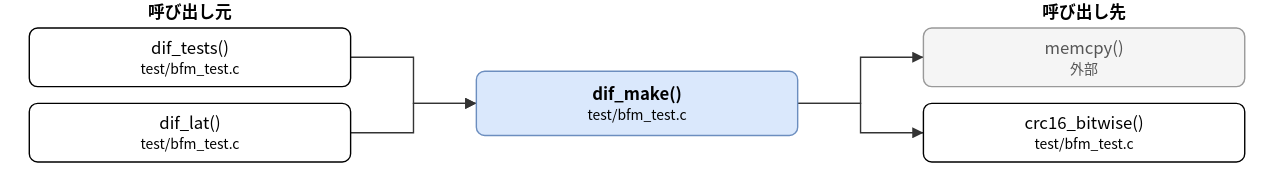
Earlier version of the draw.io export doc/spec/images/call_test_bfm_test-dif_make.drawio.svg (hf355051012-ai/bfmem). Source tidied: cells renumbered, new cells last; positions are measured from the earlier drawing's top-left corner, leaving out a move shared by most shapes.
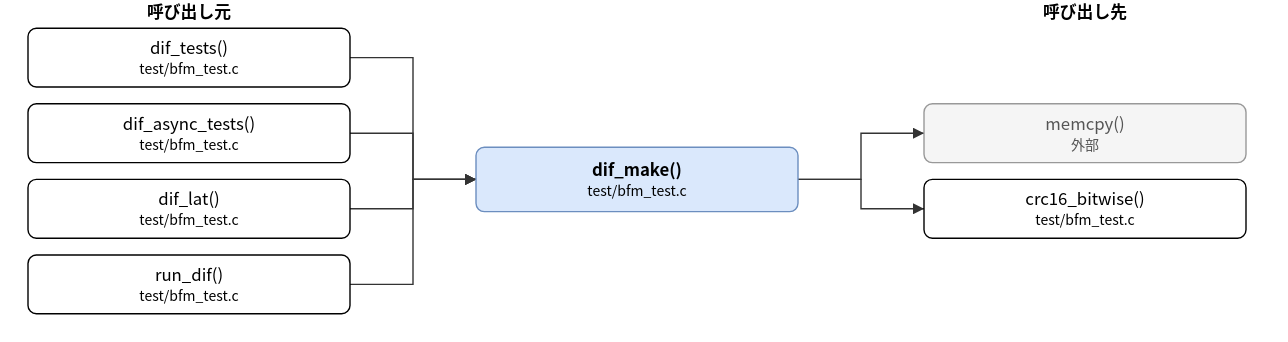
The same diagram one commit later.

The edit, as a diff of the source:
```diff
@@ -3,25 +3,31 @@
     <mxCell id="0" />
     <mxCell id="1" parent="0" />
     <mxCell id="2" value="dif_make()&lt;br&gt;&lt;font style=&quot;font-size:10px&quot;&gt;test/bfm_test.c&lt;/font&gt;" style="rounded=1;whiteSpace=wrap;html=1;fillColor=#dae8fc;strokeColor=#6c8ebf;fontStyle=1;" parent="1" vertex="1">
-      <mxGeometry x="320" y="51" width="230" height="46" as="geometry" />
+      <mxGeometry x="320" y="105" width="230" height="46" as="geometry" />
     </mxCell>
     <mxCell id="3" value="dif_tests()&lt;br&gt;&lt;font style=&quot;font-size:10px&quot;&gt;test/bfm_test.c&lt;/font&gt;" style="rounded=1;whiteSpace=wrap;html=1;" parent="1" vertex="1">
       <mxGeometry y="20" width="230" height="42" as="geometry" />
     </mxCell>
-    <mxCell id="4" value="dif_lat()&lt;br&gt;&lt;font style=&quot;font-size:10px&quot;&gt;test/bfm_test.c&lt;/font&gt;" style="rounded=1;whiteSpace=wrap;html=1;" parent="1" vertex="1">
+    <mxCell id="4" value="dif_async_tests()&lt;br&gt;&lt;font style=&quot;font-size:10px&quot;&gt;test/bfm_test.c&lt;/font&gt;" style="rounded=1;whiteSpace=wrap;html=1;" parent="1" vertex="1">
       <mxGeometry y="74" width="230" height="42" as="geometry" />
     </mxCell>
+    <mxCell id="13" value="dif_lat()&lt;br&gt;&lt;font style=&quot;font-size:10px&quot;&gt;test/bfm_test.c&lt;/font&gt;" style="rounded=1;whiteSpace=wrap;html=1;" parent="1" vertex="1">
+      <mxGeometry y="128" width="230" height="42" as="geometry" />
+    </mxCell>
+    <mxCell id="14" value="run_dif()&lt;br&gt;&lt;font style=&quot;font-size:10px&quot;&gt;test/bfm_test.c&lt;/font&gt;" style="rounded=1;whiteSpace=wrap;html=1;" parent="1" vertex="1">
+      <mxGeometry y="182" width="230" height="42" as="geometry" />
+    </mxCell>
     <mxCell id="5" value="memcpy()&lt;br&gt;&lt;font style=&quot;font-size:10px&quot;&gt;外部&lt;/font&gt;" style="rounded=1;whiteSpace=wrap;html=1;fillColor=#f5f5f5;strokeColor=#999999;fontColor=#555555;" parent="1" vertex="1">
-      <mxGeometry x="640" y="20" width="230" height="42" as="geometry" />
+      <mxGeometry x="640" y="74" width="230" height="42" as="geometry" />
     </mxCell>
     <mxCell id="6" value="crc16_bitwise()&lt;br&gt;&lt;font style=&quot;font-size:10px&quot;&gt;test/bfm_test.c&lt;/font&gt;" style="rounded=1;whiteSpace=wrap;html=1;" parent="1" vertex="1">
-      <mxGeometry x="640" y="74" width="230" height="42" as="geometry" />
+      <mxGeometry x="640" y="128" width="230" height="42" as="geometry" />
     </mxCell>
     <mxCell id="7" style="edgeStyle=none;html=1;rounded=0;endArrow=block;endFill=1;exitX=1.0000;exitY=0.5000;exitDx=0;exitDy=0;exitPerimeter=0;entryX=0.0000;entryY=0.5000;entryDx=0;entryDy=0;entryPerimeter=0;" parent="1" edge="1" source="3" target="2">
       <mxGeometry relative="1" as="geometry">
         <Array as="points">
           <mxPoint x="275" y="41" />
-          <mxPoint x="275" y="74" />
+          <mxPoint x="275" y="128" />
         </Array>
       </mxGeometry>
     </mxCell>
@@ -29,26 +35,42 @@
       <mxGeometry relative="1" as="geometry">
         <Array as="points">
           <mxPoint x="275" y="95" />
-          <mxPoint x="275" y="74" />
+          <mxPoint x="275" y="128" />
         </Array>
       </mxGeometry>
     </mxCell>
-    <mxCell id="9" style="edgeStyle=none;html=1;rounded=0;endArrow=block;endFill=1;exitX=1.0000;exitY=0.5000;exitDx=0;exitDy=0;exitPerimeter=0;entryX=0.0000;entryY=0.5000;entryDx=0;entryDy=0;entryPerimeter=0;" parent="1" edge="1" source="2" target="5">
+    <mxCell id="9" style="edgeStyle=none;html=1;rounded=0;endArrow=block;endFill=1;exitX=1.0000;exitY=0.5000;exitDx=0;exitDy=0;exitPerimeter=0;entryX=0.0000;entryY=0.5000;entryDx=0;entryDy=0;entryPerimeter=0;" parent="1" edge="1" source="13" target="2">
       <mxGeometry relative="1" as="geometry">
         <Array as="points">
-          <mxPoint x="595" y="74" />
-          <mxPoint x="595" y="41" />
+          <mxPoint x="275" y="149" />
+          <mxPoint x="275" y="128" />
         </Array>
       </mxGeometry>
     </mxCell>
-    <mxCell id="10" style="edgeStyle=none;html=1;rounded=0;endArrow=block;endFill=1;exitX=1.0000;exitY=0.5000;exitDx=0;exitDy=0;exitPerimeter=0;entryX=0.0000;entryY=0.5000;entryDx=0;entryDy=0;entryPerimeter=0;" parent="1" edge="1" source="2" target="6">
+    <mxCell id="10" style="edgeStyle=none;html=1;rounded=0;endArrow=block;endFill=1;exitX=1.0000;exitY=0.5000;exitDx=0;exitDy=0;exitPerimeter=0;entryX=0.0000;entryY=0.5000;entryDx=0;entryDy=0;entryPerimeter=0;" parent="1" edge="1" source="14" target="2">
       <mxGeometry relative="1" as="geometry">
         <Array as="points">
-          <mxPoint x="595" y="74" />
-          <mxPoint x="595" y="95" />
+          <mxPoint x="275" y="203" />
+          <mxPoint x="275" y="128" />
         </Array>
       </mxGeometry>
     </mxCell>
+    <mxCell id="15" style="edgeStyle=none;html=1;rounded=0;endArrow=block;endFill=1;exitX=1.0000;exitY=0.5000;exitDx=0;exitDy=0;exitPerimeter=0;entryX=0.0000;entryY=0.5000;entryDx=0;entryDy=0;entryPerimeter=0;" parent="1" edge="1" source="2" target="5">
+      <mxGeometry relative="1" as="geometry">
+        <Array as="points">
+          <mxPoint x="595" y="128" />
+          <mxPoint x="595" y="95" />
+        </Array>
+      </mxGeometry>
+    </mxCell>
+    <mxCell id="16" style="edgeStyle=none;html=1;rounded=0;endArrow=block;endFill=1;exitX=1.0000;exitY=0.5000;exitDx=0;exitDy=0;exitPerimeter=0;entryX=0.0000;entryY=0.5000;entryDx=0;entryDy=0;entryPerimeter=0;" parent="1" edge="1" source="2" target="6">
+      <mxGeometry relative="1" as="geometry">
+        <Array as="points">
+          <mxPoint x="595" y="128" />
+          <mxPoint x="595" y="149" />
+        </Array>
+      </mxGeometry>
+    </mxCell>
     <mxCell id="11" value="呼び出し元" style="text;html=1;align=center;fontStyle=1;" parent="1" vertex="1">
       <mxGeometry x="35" width="160" height="18" as="geometry" />
     </mxCell>
```
